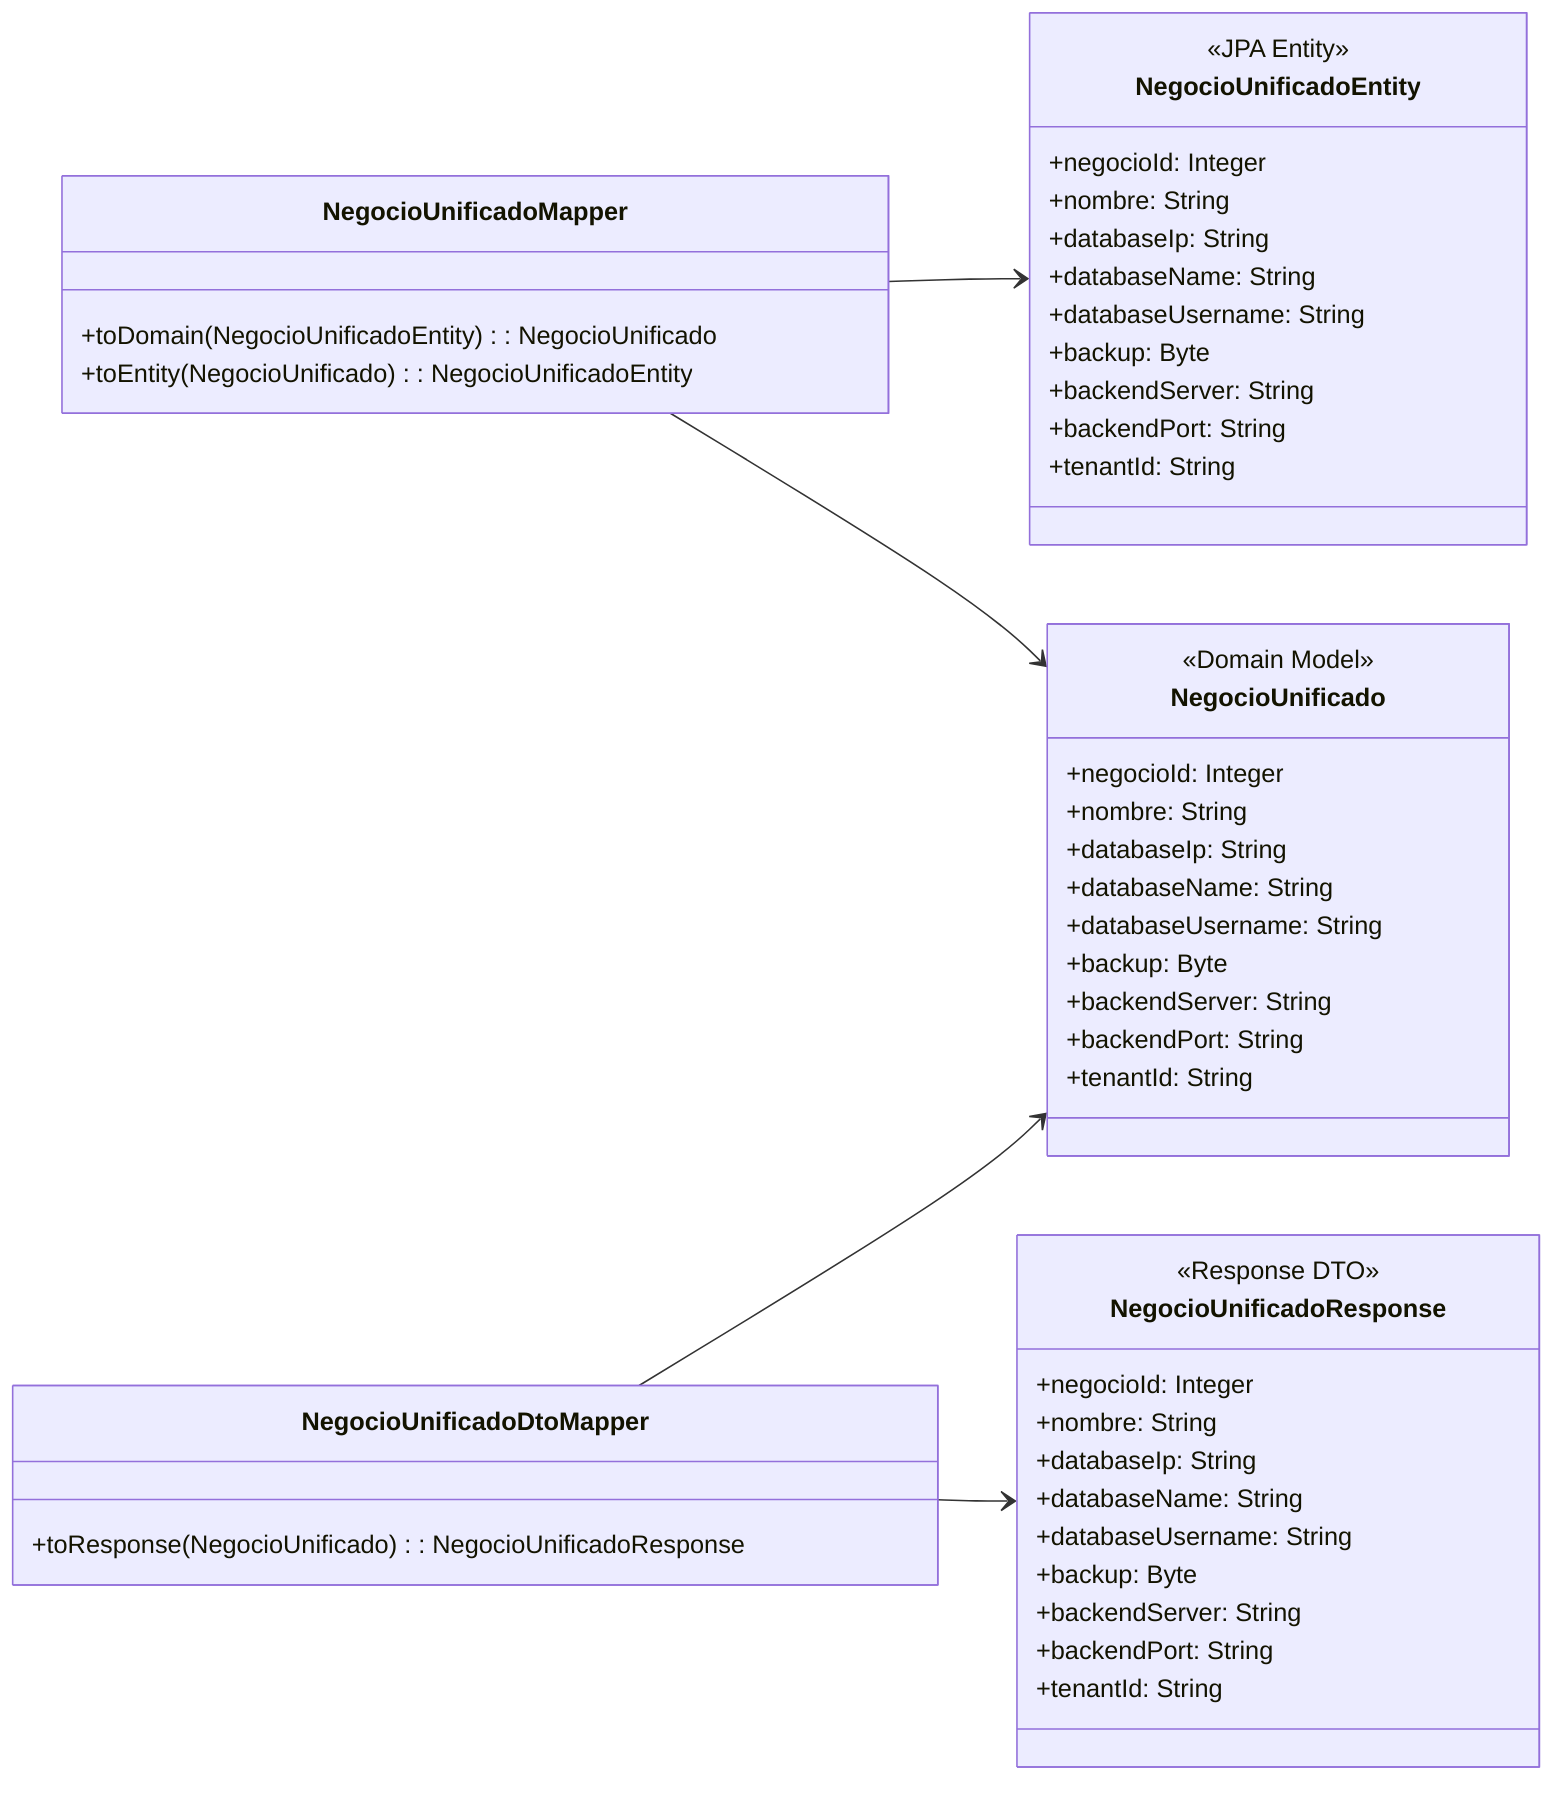
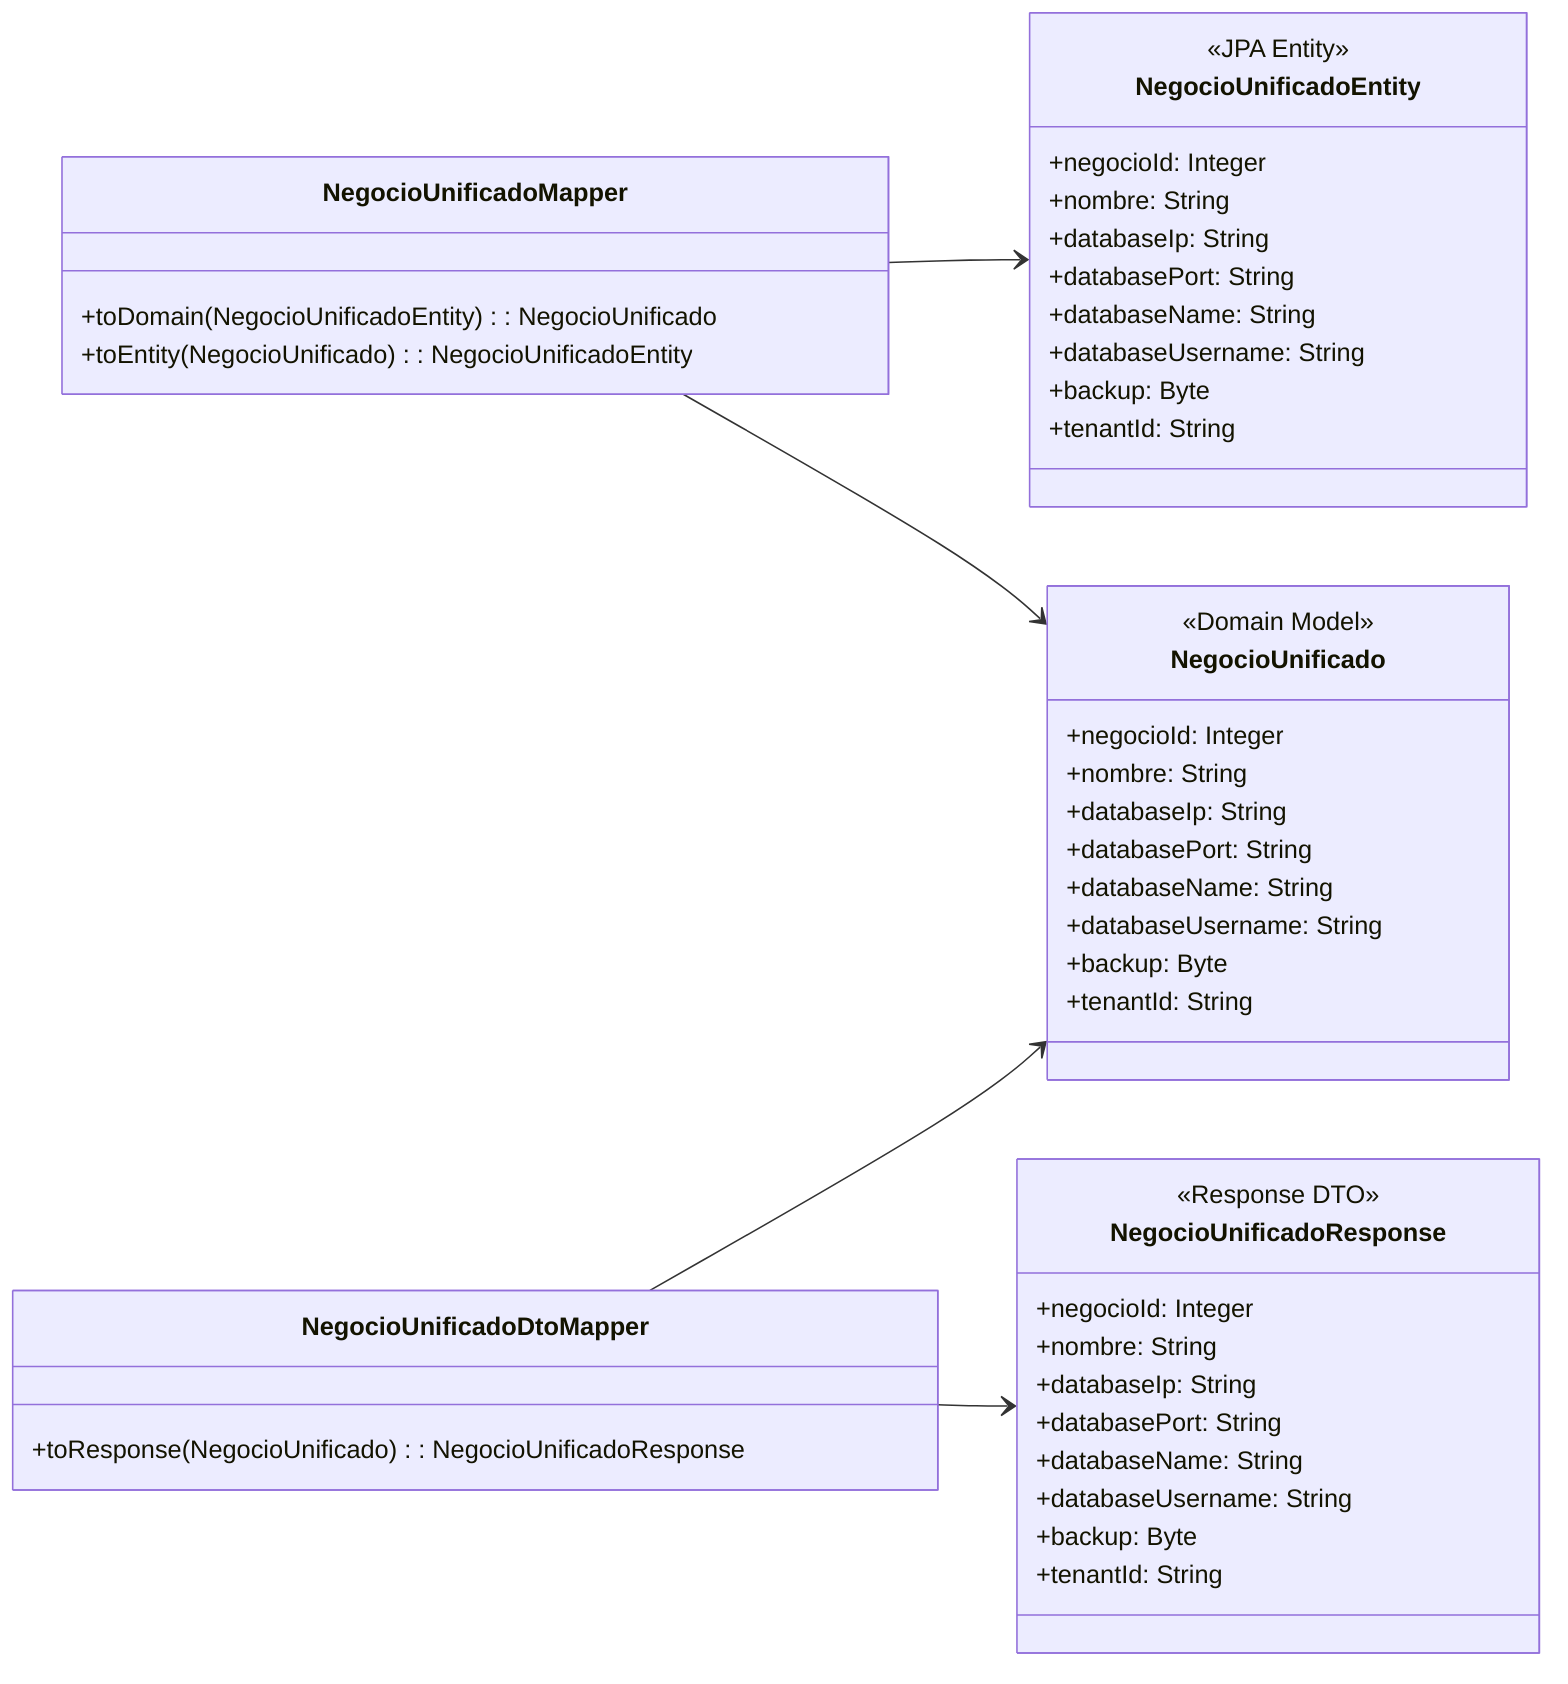
classDiagram
    direction LR

    class NegocioUnificado {
        <<Domain Model>>
        +negocioId: Integer
        +nombre: String
        +databaseIp: String
+         +databasePort: String
        +databaseName: String
        +databaseUsername: String
        +backup: Byte
-         +backendServer: String
-         +backendPort: String
        +tenantId: String
    }

    class NegocioUnificadoEntity {
        <<JPA Entity>>
        +negocioId: Integer
        +nombre: String
        +databaseIp: String
+         +databasePort: String
        +databaseName: String
        +databaseUsername: String
        +backup: Byte
-         +backendServer: String
-         +backendPort: String
        +tenantId: String
    }

    class NegocioUnificadoMapper {
        +toDomain(NegocioUnificadoEntity): NegocioUnificado
        +toEntity(NegocioUnificado): NegocioUnificadoEntity
    }

    class NegocioUnificadoResponse {
        <<Response DTO>>
        +negocioId: Integer
        +nombre: String
        +databaseIp: String
+         +databasePort: String
        +databaseName: String
        +databaseUsername: String
        +backup: Byte
-         +backendServer: String
-         +backendPort: String
        +tenantId: String
    }

    class NegocioUnificadoDtoMapper {
        +toResponse(NegocioUnificado): NegocioUnificadoResponse
    }

    NegocioUnificadoMapper --> NegocioUnificadoEntity
    NegocioUnificadoMapper --> NegocioUnificado
    NegocioUnificadoDtoMapper --> NegocioUnificado
    NegocioUnificadoDtoMapper --> NegocioUnificadoResponse
